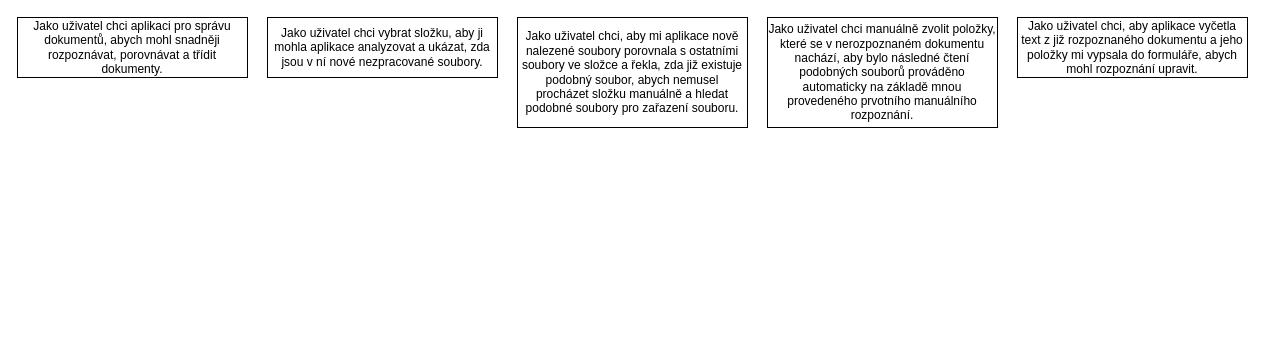
Earlier version of the draw.io diagram documentation/requirements.drawio (marie-sramkova/DP_document_management). Source tidied: cells renumbered, new cells numbered last; positions are measured from the earlier drawing's top-left corner, leaving out a move shared by most shapes. Both pictures are drawn from the tidied source at 100%, with x=0, y=0 at pixel (17, 17).
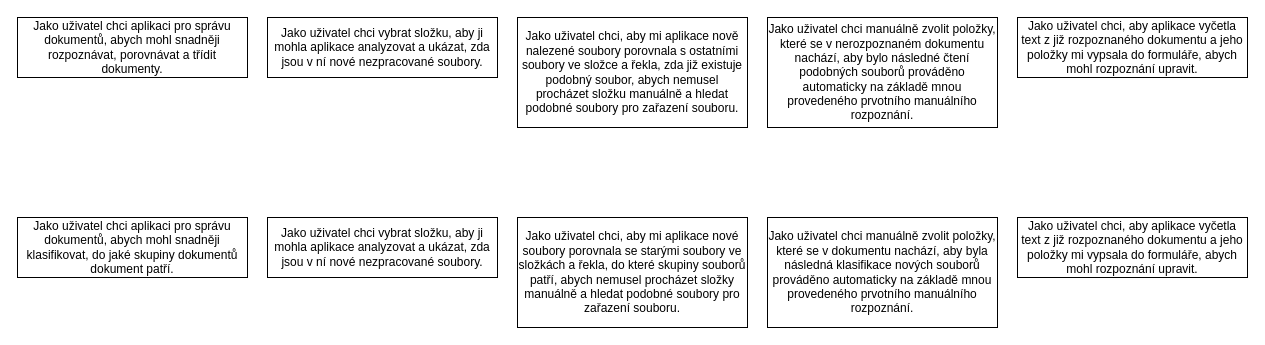
Above is the later version.

The edit, as a diff of the source:
```diff
@@
 <mxGraphModel>
   <root>
     <mxCell id="0" />
     <mxCell id="1" parent="0" />
     <mxCell id="2" value="Jako uživatel chci aplikaci pro správu dokumentů, abych mohl snadněji rozpoznávat, porovnávat&amp;nbsp;a třídit dokumenty." style="rounded=0;whiteSpace=wrap;html=1;" parent="1" vertex="1">
       <mxGeometry width="230" height="60" as="geometry" />
     </mxCell>
     <mxCell id="3" value="Jako uživatel chci vybrat složku, aby ji mohla aplikace analyzovat a ukázat, zda jsou v ní nové nezpracované soubory." style="rounded=0;whiteSpace=wrap;html=1;" parent="1" vertex="1">
       <mxGeometry x="250" width="230" height="60" as="geometry" />
     </mxCell>
     <mxCell id="4" value="Jako uživatel chci, aby mi aplikace nově nalezené&amp;nbsp;soubory porovnala s ostatními soubory ve složce a řekla, zda již existuje podobný soubor, abych nemusel procházet složku manuálně a hledat podobné soubory pro zařazení souboru." style="rounded=0;whiteSpace=wrap;html=1;" parent="1" vertex="1">
       <mxGeometry x="500" width="230" height="110" as="geometry" />
     </mxCell>
     <mxCell id="5" value="Jako uživatel chci manuálně zvolit položky, které se v nerozpoznaném dokumentu nachází, aby bylo následné čtení podobných souborů prováděno automaticky na základě mnou provedeného prvotního manuálního rozpoznání." style="rounded=0;whiteSpace=wrap;html=1;" parent="1" vertex="1">
       <mxGeometry x="750" width="230" height="110" as="geometry" />
     </mxCell>
     <mxCell id="6" value="Jako uživatel chci, aby aplikace vyčetla text z již rozpoznaného dokumentu a jeho položky mi vypsala do formuláře, abych mohl rozpoznání upravit." style="rounded=0;whiteSpace=wrap;html=1;" parent="1" vertex="1">
       <mxGeometry x="1000" width="230" height="60" as="geometry" />
     </mxCell>
+    <mxCell id="7" value="Jako uživatel chci aplikaci pro správu dokumentů, abych mohl snadněji klasifikovat, do jaké skupiny dokumentů dokument patří." style="rounded=0;whiteSpace=wrap;html=1;" parent="1" vertex="1">
+      <mxGeometry y="200" width="230" height="60" as="geometry" />
+    </mxCell>
+    <mxCell id="8" value="Jako uživatel chci vybrat složku, aby ji mohla aplikace analyzovat a ukázat, zda jsou v ní nové nezpracované soubory." style="rounded=0;whiteSpace=wrap;html=1;" parent="1" vertex="1">
+      <mxGeometry x="250" y="200" width="230" height="60" as="geometry" />
+    </mxCell>
+    <mxCell id="9" value="Jako uživatel chci, aby mi aplikace nové soubory porovnala se starými soubory ve složkách a řekla, do které skupiny souborů patří, abych nemusel procházet složky manuálně a hledat podobné soubory pro zařazení souboru." style="rounded=0;whiteSpace=wrap;html=1;" parent="1" vertex="1">
+      <mxGeometry x="500" y="200" width="230" height="110" as="geometry" />
+    </mxCell>
+    <mxCell id="10" value="Jako uživatel chci manuálně zvolit položky, které se v dokumentu nachází, aby byla následná klasifikace nových souborů prováděno automaticky na základě mnou provedeného prvotního manuálního rozpoznání." style="rounded=0;whiteSpace=wrap;html=1;" parent="1" vertex="1">
+      <mxGeometry x="750" y="200" width="230" height="110" as="geometry" />
+    </mxCell>
+    <mxCell id="11" value="Jako uživatel chci, aby aplikace vyčetla text z již rozpoznaného dokumentu a jeho položky mi vypsala do formuláře, abych mohl rozpoznání upravit." style="rounded=0;whiteSpace=wrap;html=1;" parent="1" vertex="1">
+      <mxGeometry x="1000" y="200" width="230" height="60" as="geometry" />
+    </mxCell>
   </root>
 </mxGraphModel>
```
